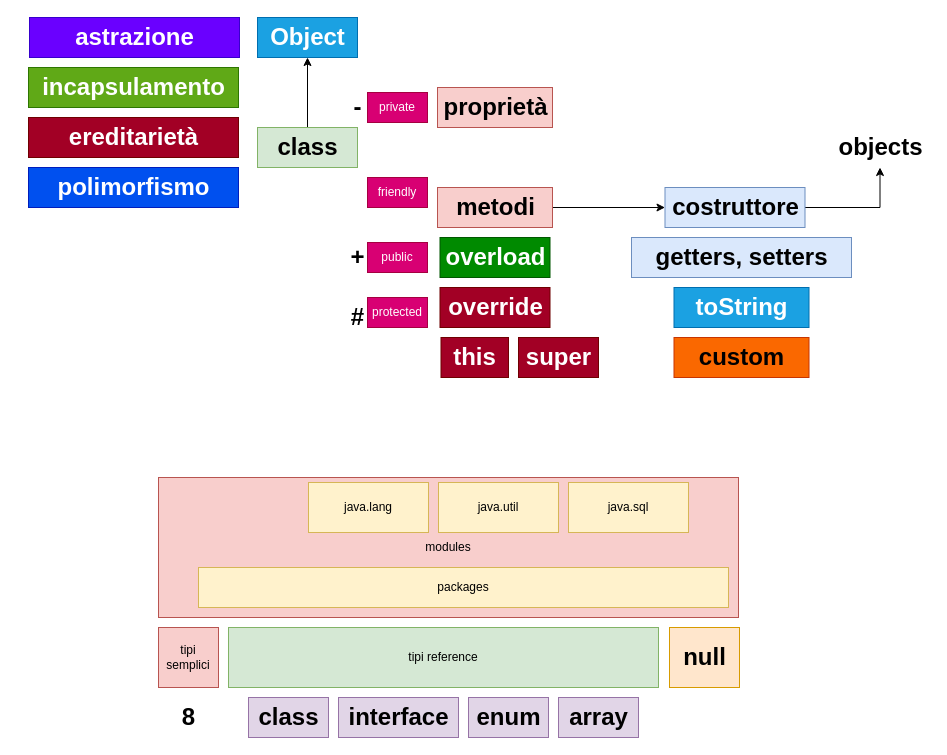
This is page "Pagina-3" (3 of 6) of ITS2025_BID.drawio from maboglia/ITS2025_BISD, a draw.io file, before an edit. Source tidied: cells renumbered, new cells numbered last; positions are measured from the earlier drawing's top-left corner, leaving out a move shared by most shapes. Both pictures are drawn from the tidied source at 100%, with x=0, y=0 at pixel (28, 17).
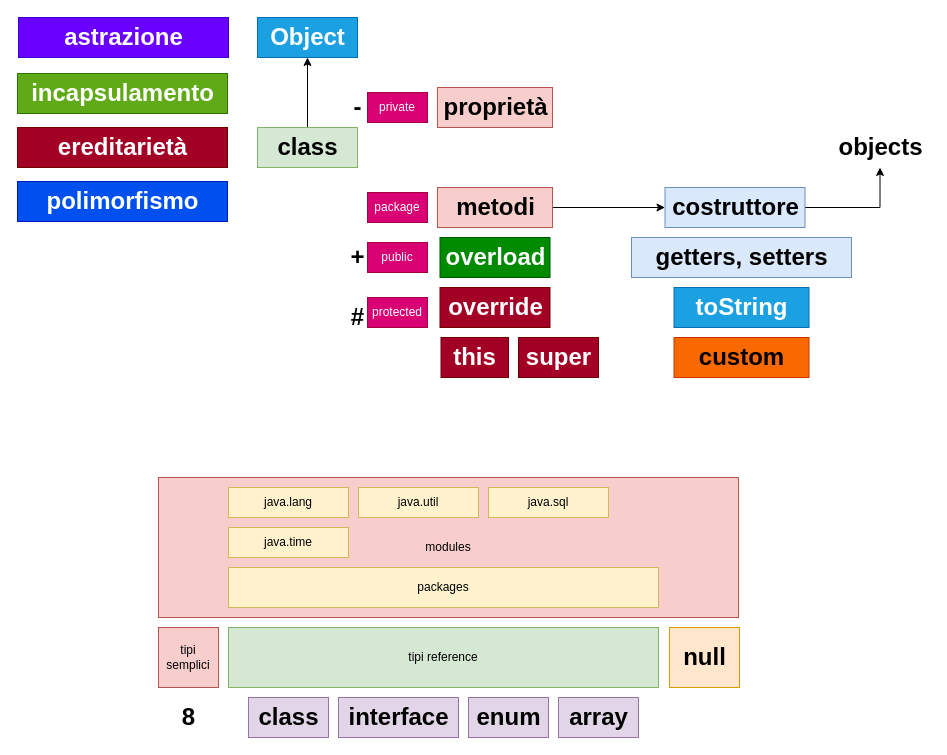
The same page after the edit.

Diff of the diagram source:
```diff
@@
     <mxCell id="3" value="packages" style="rounded=0;whiteSpace=wrap;html=1;fillColor=#fff2cc;strokeColor=#d6b656;" parent="1" vertex="1">
-      <mxGeometry x="170" y="550" width="530" height="40" as="geometry" />
+      <mxGeometry x="200" y="550" width="430" height="40" as="geometry" />
     </mxCell>
@@
     <mxCell id="12" value="java.lang" style="rounded=0;whiteSpace=wrap;html=1;fillColor=#fff2cc;strokeColor=#d6b656;" parent="1" vertex="1">
-      <mxGeometry x="280" y="465" width="120" height="50" as="geometry" />
+      <mxGeometry x="200" y="470" width="120" height="30" as="geometry" />
     </mxCell>
     <mxCell id="13" value="java.util" style="rounded=0;whiteSpace=wrap;html=1;fillColor=#fff2cc;strokeColor=#d6b656;" parent="1" vertex="1">
-      <mxGeometry x="410" y="465" width="120" height="50" as="geometry" />
+      <mxGeometry x="330" y="470" width="120" height="30" as="geometry" />
     </mxCell>
     <mxCell id="14" value="java.sql" style="rounded=0;whiteSpace=wrap;html=1;fillColor=#fff2cc;strokeColor=#d6b656;" parent="1" vertex="1">
-      <mxGeometry x="540" y="465" width="120" height="50" as="geometry" />
+      <mxGeometry x="460" y="470" width="120" height="30" as="geometry" />
     </mxCell>
@@
     <mxCell id="23" value="astrazione" style="text;strokeColor=#3700CC;fillColor=#6a00ff;html=1;fontSize=24;fontStyle=1;verticalAlign=middle;align=center;fontColor=#ffffff;" parent="1" vertex="1">
-      <mxGeometry x="1" width="210" height="40" as="geometry" />
+      <mxGeometry x="-10" width="210" height="40" as="geometry" />
     </mxCell>
     <mxCell id="24" value="incapsulamento" style="text;strokeColor=#2D7600;fillColor=#60a917;html=1;fontSize=24;fontStyle=1;verticalAlign=middle;align=center;fontColor=#ffffff;" parent="1" vertex="1">
-      <mxGeometry y="50" width="210" height="40" as="geometry" />
+      <mxGeometry x="-11" y="56" width="210" height="40" as="geometry" />
     </mxCell>
@@
-    <mxCell id="28" value="friendly" style="text;html=1;align=center;verticalAlign=middle;whiteSpace=wrap;rounded=0;fillColor=#d80073;strokeColor=#A50040;fontColor=#ffffff;" parent="1" vertex="1">
-      <mxGeometry x="339" y="160" width="60" height="30" as="geometry" />
+    <mxCell id="28" value="package" style="text;html=1;align=center;verticalAlign=middle;whiteSpace=wrap;rounded=0;fillColor=#d80073;strokeColor=#A50040;fontColor=#ffffff;" parent="1" vertex="1">
+      <mxGeometry x="339" y="175" width="60" height="30" as="geometry" />
     </mxCell>
@@
     <mxCell id="30" value="ereditarietà" style="text;strokeColor=#6F0000;fillColor=#a20025;html=1;fontSize=24;fontStyle=1;verticalAlign=middle;align=center;fontColor=#ffffff;" parent="1" vertex="1">
-      <mxGeometry y="100" width="210" height="40" as="geometry" />
+      <mxGeometry x="-11" y="110" width="210" height="40" as="geometry" />
     </mxCell>
@@
     <mxCell id="40" value="polimorfismo" style="text;strokeColor=#001DBC;fillColor=#0050ef;html=1;fontSize=24;fontStyle=1;verticalAlign=middle;align=center;fontColor=#ffffff;" parent="1" vertex="1">
-      <mxGeometry y="150" width="210" height="40" as="geometry" />
+      <mxGeometry x="-11" y="164" width="210" height="40" as="geometry" />
     </mxCell>
@@
+    <mxCell id="42" value="java.time" style="rounded=0;whiteSpace=wrap;html=1;fillColor=#fff2cc;strokeColor=#d6b656;" parent="1" vertex="1">
+      <mxGeometry x="200" y="510" width="120" height="30" as="geometry" />
+    </mxCell>
```
